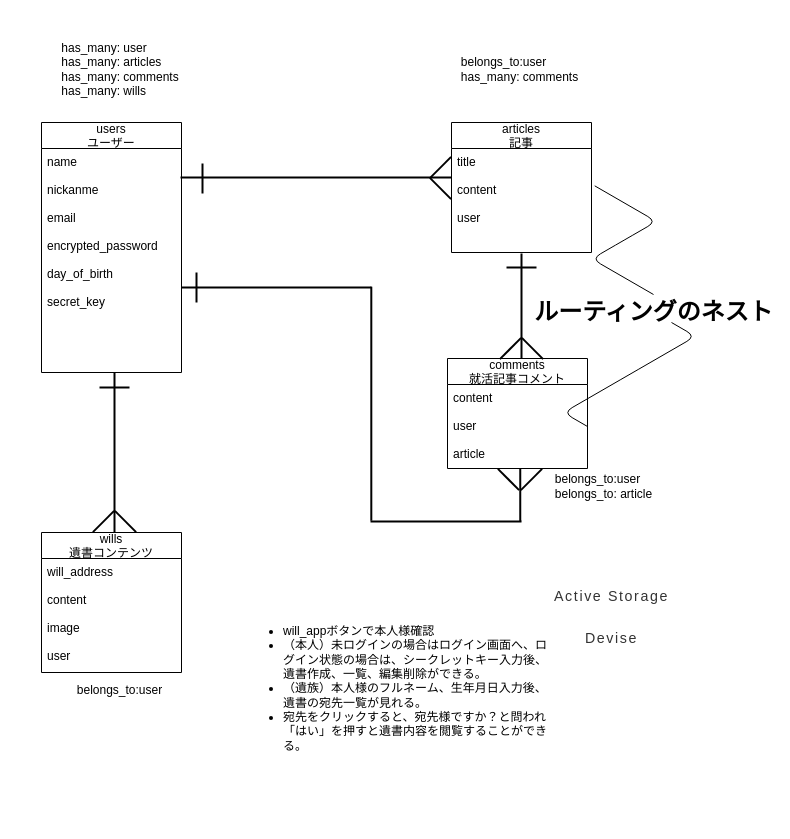
Earlier version of the draw.io diagram will_app.dio (tatsuaki1234/will_app). Source tidied: cells renumbered, new cells numbered last; positions are measured from the earlier drawing's top-left corner, leaving out a move shared by most shapes. Both pictures are drawn from the tidied source at 100%, with x=0, y=0 at pixel (17, 17).
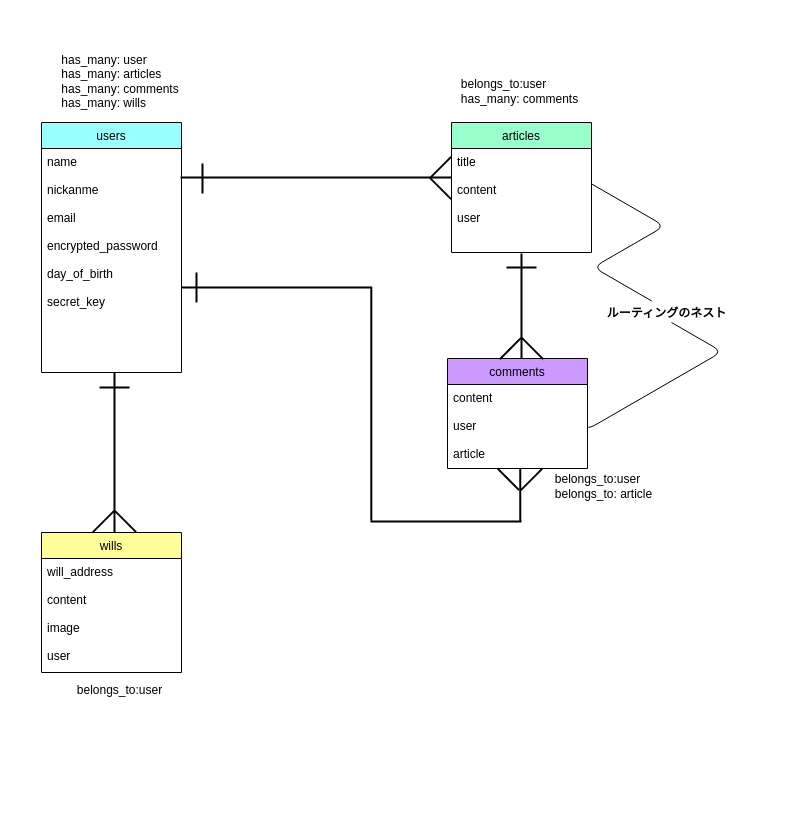
After the change.

The change refers to these unchanged cells:
```xml
<mxCell id="5" value="title&#10;&#10;content&#10;&#10;user" style="text;strokeColor=none;fillColor=none;align=left;verticalAlign=top;spacingLeft=4;spacingRight=4;overflow=hidden;points=[[0,0.5],[1,0.5]];portConstraint=eastwest;" parent="4" vertex="1">
  <mxGeometry y="26" width="140" height="104" as="geometry" />
</mxCell>
<mxCell id="9" value="content&#10;&#10;user&#10;&#10;article" style="text;strokeColor=none;fillColor=none;align=left;verticalAlign=top;spacingLeft=4;spacingRight=4;overflow=hidden;points=[[0,0.5],[1,0.5]];portConstraint=eastwest;" parent="8" vertex="1">
  <mxGeometry y="26" width="140" height="84" as="geometry" />
</mxCell>
```

The edit, as a diff of the source:
```diff
@@
-    <mxCell id="2" value="users&#10;ユーザー" style="swimlane;fontStyle=0;horizontal=1;startSize=26;fillColor=none;" parent="1" vertex="1">
+    <mxCell id="2" value="users" style="swimlane;fontStyle=0;horizontal=1;startSize=26;fillColor=#99FFFF;" parent="1" vertex="1">
       <mxGeometry x="24" y="105" width="140" height="250" as="geometry" />
     </mxCell>
@@
-    <mxCell id="4" value="articles&#10;記事" style="swimlane;fontStyle=0;horizontal=1;startSize=26;fillColor=none;" parent="1" vertex="1">
+    <mxCell id="4" value="articles" style="swimlane;fontStyle=0;horizontal=1;startSize=26;fillColor=#99FFCC;" parent="1" vertex="1">
       <mxGeometry x="434" y="105" width="140" height="130" as="geometry" />
     </mxCell>
@@
-    <mxCell id="6" value="wills&#10;遺書コンテンツ" style="swimlane;fontStyle=0;horizontal=1;startSize=26;fillColor=none;" parent="1" vertex="1">
+    <mxCell id="6" value="wills" style="swimlane;fontStyle=0;horizontal=1;startSize=26;fillColor=#FFFF99;" parent="1" vertex="1">
       <mxGeometry x="24" y="515" width="140" height="140" as="geometry" />
     </mxCell>
@@
-    <mxCell id="8" value="comments&#10;就活記事コメント" style="swimlane;fontStyle=0;horizontal=1;startSize=26;fillColor=none;" parent="1" vertex="1">
+    <mxCell id="8" value="comments" style="swimlane;fontStyle=0;horizontal=1;startSize=26;fillColor=#CC99FF;" parent="1" vertex="1">
       <mxGeometry x="430" y="341" width="140" height="110" as="geometry" />
     </mxCell>
@@
-    <mxCell id="29" value="ルーティングのネスト" style="text;strokeColor=none;fillColor=none;html=1;fontSize=24;fontStyle=1;verticalAlign=middle;align=center;" parent="1" vertex="1">
-      <mxGeometry x="601" y="277" width="70" height="35" as="geometry" />
+    <mxCell id="29" value="&lt;font style=&quot;font-size: 12px&quot;&gt;ルーティングのネスト&lt;/font&gt;" style="text;strokeColor=none;fillColor=none;html=1;fontSize=24;fontStyle=1;verticalAlign=middle;align=center;" parent="1" vertex="1">
+      <mxGeometry x="614" y="283.5" width="70" height="17" as="geometry" />
     </mxCell>
-    <mxCell id="30" style="edgeStyle=isometricEdgeStyle;endArrow=none;html=1;elbow=vertical;entryX=1.023;entryY=0.359;entryDx=0;entryDy=0;entryPerimeter=0;exitX=0.5;exitY=0;exitDx=0;exitDy=0;" parent="1" edge="1" source="29" target="5">
+    <mxCell id="30" style="edgeStyle=isometricEdgeStyle;endArrow=none;html=1;elbow=vertical;entryX=1;entryY=0.34;entryDx=0;entryDy=0;entryPerimeter=0;" parent="1" edge="1" source="29" target="5">
       <mxGeometry relative="1" as="geometry" />
     </mxCell>
     <mxCell id="31" style="edgeStyle=isometricEdgeStyle;endArrow=none;html=1;elbow=vertical;entryX=1.023;entryY=0.359;entryDx=0;entryDy=0;entryPerimeter=0;exitX=1;exitY=0.5;exitDx=0;exitDy=0;" parent="1" edge="1" source="9">
       <mxGeometry relative="1" as="geometry">
         <mxPoint x="654" y="305" as="targetPoint" />
+        <Array as="points">
+          <mxPoint x="634" y="375" />
+        </Array>
       </mxGeometry>
     </mxCell>
-    <mxCell id="32" value="&lt;span style=&quot;color: rgb(51 , 51 , 51) ; font-family: , &amp;#34;system-ui&amp;#34; , &amp;#34;noto sans jp&amp;#34; , &amp;#34;hiragino sans&amp;#34; , &amp;#34;hiragino kaku gothic pron&amp;#34; , &amp;#34;segoe ui&amp;#34; , , &amp;#34;meiryo&amp;#34; , &amp;#34;ｍｓ ｐゴシック&amp;#34; , &amp;#34;ms pgothic&amp;#34; , sans-serif ; font-size: 14.24px ; font-weight: 400 ; letter-spacing: 1.6px ; text-align: left ; background-color: rgb(255 , 255 , 255)&quot;&gt;Active Storage&lt;/span&gt;" style="text;strokeColor=none;fillColor=none;html=1;fontSize=24;fontStyle=1;verticalAlign=middle;align=center;" parent="1" vertex="1">
-      <mxGeometry x="544" y="556" width="100" height="40" as="geometry" />
-    </mxCell>
-    <mxCell id="33" value="&lt;div style=&quot;text-align: left&quot;&gt;&lt;font color=&quot;#333333&quot;&gt;&lt;span style=&quot;font-size: 14.24px ; font-weight: 400 ; letter-spacing: 1.6px ; background-color: rgb(255 , 255 , 255)&quot;&gt;Devise&lt;/span&gt;&lt;/font&gt;&lt;/div&gt;" style="text;strokeColor=none;fillColor=none;html=1;fontSize=24;fontStyle=1;verticalAlign=middle;align=center;" parent="1" vertex="1">
-      <mxGeometry x="544" y="596" width="100" height="43" as="geometry" />
-    </mxCell>
     <mxCell id="34" value="&lt;div style=&quot;text-align: left&quot;&gt;&lt;br&gt;&lt;/div&gt;&lt;div style=&quot;text-align: left&quot;&gt;&lt;span&gt;has_many: user&lt;/span&gt;&lt;/div&gt;&lt;div style=&quot;text-align: left&quot;&gt;&lt;span&gt;has_many: articles&lt;/span&gt;&lt;/div&gt;&lt;div style=&quot;text-align: left&quot;&gt;&lt;span&gt;has_many: comments&lt;/span&gt;&lt;/div&gt;&lt;div style=&quot;text-align: left&quot;&gt;&lt;span&gt;has_many: wills&lt;/span&gt;&lt;/div&gt;" style="text;html=1;strokeColor=none;fillColor=none;align=center;verticalAlign=middle;whiteSpace=wrap;overflow=hidden;" parent="1" vertex="1">
-      <mxGeometry x="-0.5" width="206" height="90" as="geometry" />
+      <mxGeometry x="-0.5" y="12" width="206" height="90" as="geometry" />
     </mxCell>
     <mxCell id="35" value="&lt;div style=&quot;text-align: left&quot;&gt;&lt;br&gt;&lt;/div&gt;&lt;div style=&quot;text-align: left&quot;&gt;&lt;span&gt;belongs_to:user&lt;/span&gt;&lt;/div&gt;&lt;div style=&quot;text-align: left&quot;&gt;&lt;span&gt;has_many: comments&lt;/span&gt;&lt;/div&gt;" style="text;html=1;strokeColor=none;fillColor=none;align=center;verticalAlign=middle;whiteSpace=wrap;overflow=hidden;" parent="1" vertex="1">
-      <mxGeometry x="435.2" y="15" width="135" height="60" as="geometry" />
+      <mxGeometry x="435.2" y="37" width="135" height="60" as="geometry" />
     </mxCell>
@@
-    <mxCell id="38" value="&lt;ul&gt;&lt;li&gt;will_appボタンで本人様確認&lt;/li&gt;&lt;li&gt;（本人）未ログインの場合はログイン画面へ、ログイン状態の場合は、シークレットキー入力後、遺書作成、一覧、編集削除ができる。&lt;/li&gt;&lt;li&gt;（遺族）本人様のフルネーム、生年月日入力後、遺書の宛先一覧が見れる。&lt;/li&gt;&lt;li&gt;宛先をクリックすると、宛先様ですか？と問われ「はい」を押すと遺書内容を閲覧することができる。&lt;/li&gt;&lt;/ul&gt;" style="text;strokeColor=none;fillColor=none;html=1;whiteSpace=wrap;verticalAlign=middle;overflow=hidden;" parent="1" vertex="1">
-      <mxGeometry x="224" y="536" width="310" height="269" as="geometry" />
-    </mxCell>
```
